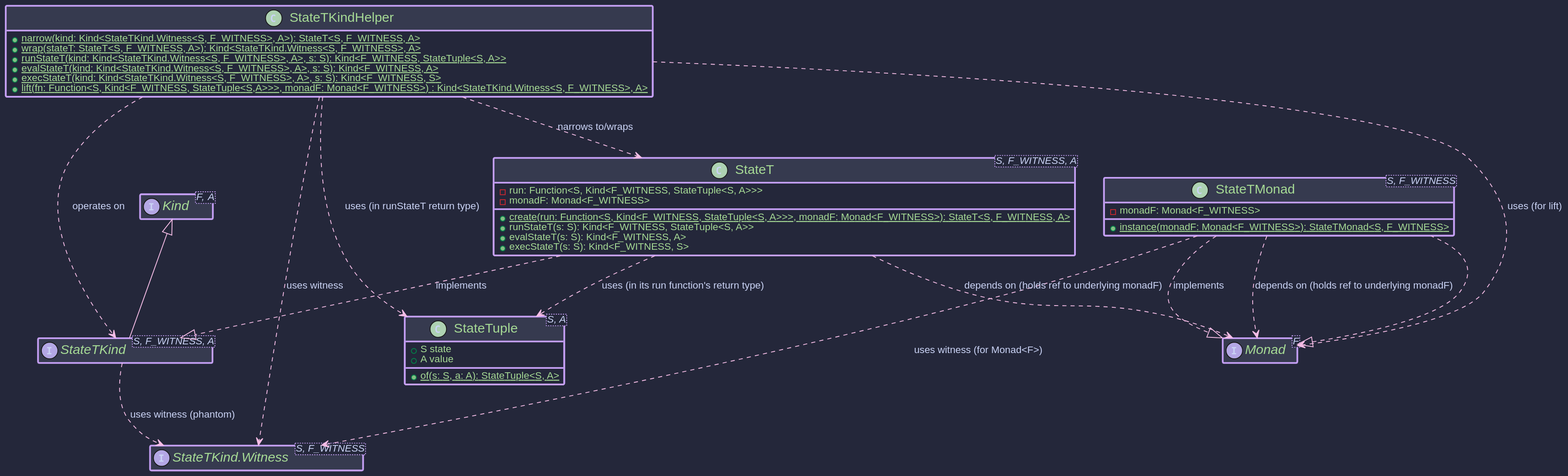
higher-kinded-j/higher-kinded-j keeps this PlantUML diagram as hkj-book/src/images/puml/statet_transformer.svg. Above is the earlier version.
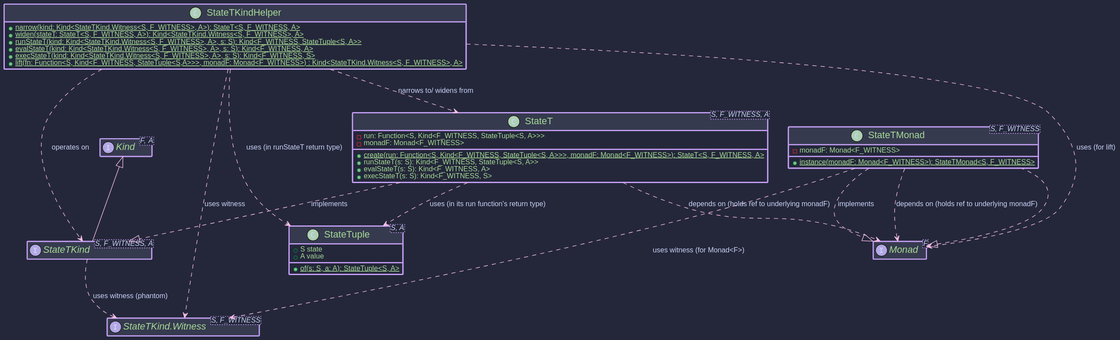
The same file after the commit.

The edit, as a diff of the source:
```diff
@@ -8,7 +8,6 @@
 }
 interface Monad<F>  {
 }
-
 
 
 class StateTuple<S, A> {
@@ -40,7 +39,7 @@
 
   class StateTKindHelper {
     + {static} narrow(kind: Kind<StateTKind.Witness<S, F_WITNESS>, A>): StateT<S, F_WITNESS, A>
-    + {static} wrap(stateT: StateT<S, F_WITNESS, A>): Kind<StateTKind.Witness<S, F_WITNESS>, A>
+    + {static} widen(stateT: StateT<S, F_WITNESS, A>): Kind<StateTKind.Witness<S, F_WITNESS>, A>
     + {static} runStateT(kind: Kind<StateTKind.Witness<S, F_WITNESS>, A>, s: S): Kind<F_WITNESS, StateTuple<S, A>>
     + {static} evalStateT(kind: Kind<StateTKind.Witness<S, F_WITNESS>, A>, s: S): Kind<F_WITNESS, A>
     + {static} execStateT(kind: Kind<StateTKind.Witness<S, F_WITNESS>, A>, s: S): Kind<F_WITNESS, S>
@@ -55,7 +54,7 @@
 StateTMonadInstance ..> Monad : depends on (holds ref to underlying monadF)
 StateT ..> Monad : depends on (holds ref to underlying monadF)
 StateT ..> StateTuple : uses (in its run function's return type)
-StateTKindHelper ..> StateT : narrows to/wraps
+StateTKindHelper ..> StateT : narrows to/ widens from
 StateTKindHelper ..> StateTKind : operates on
 StateTKindHelper ..> StateTWitness : uses witness
 StateTKindHelper ..> StateTuple : uses (in runStateT return type)
```
